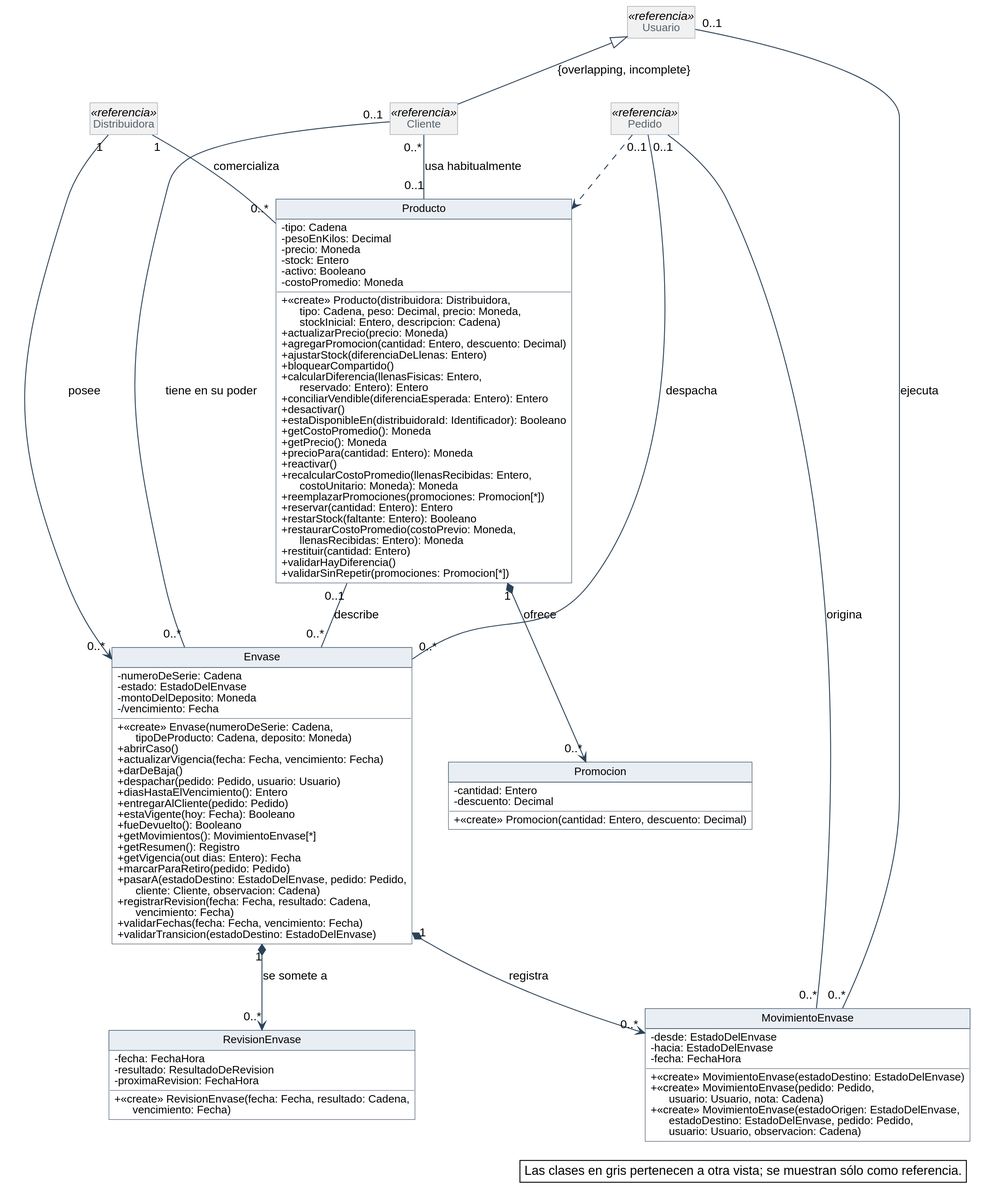
Above: diagramas/clases-diseno/DC_Productos-y-envases.svg in Nahuelito-Dev/splg-docs (PlantUML), before the change.
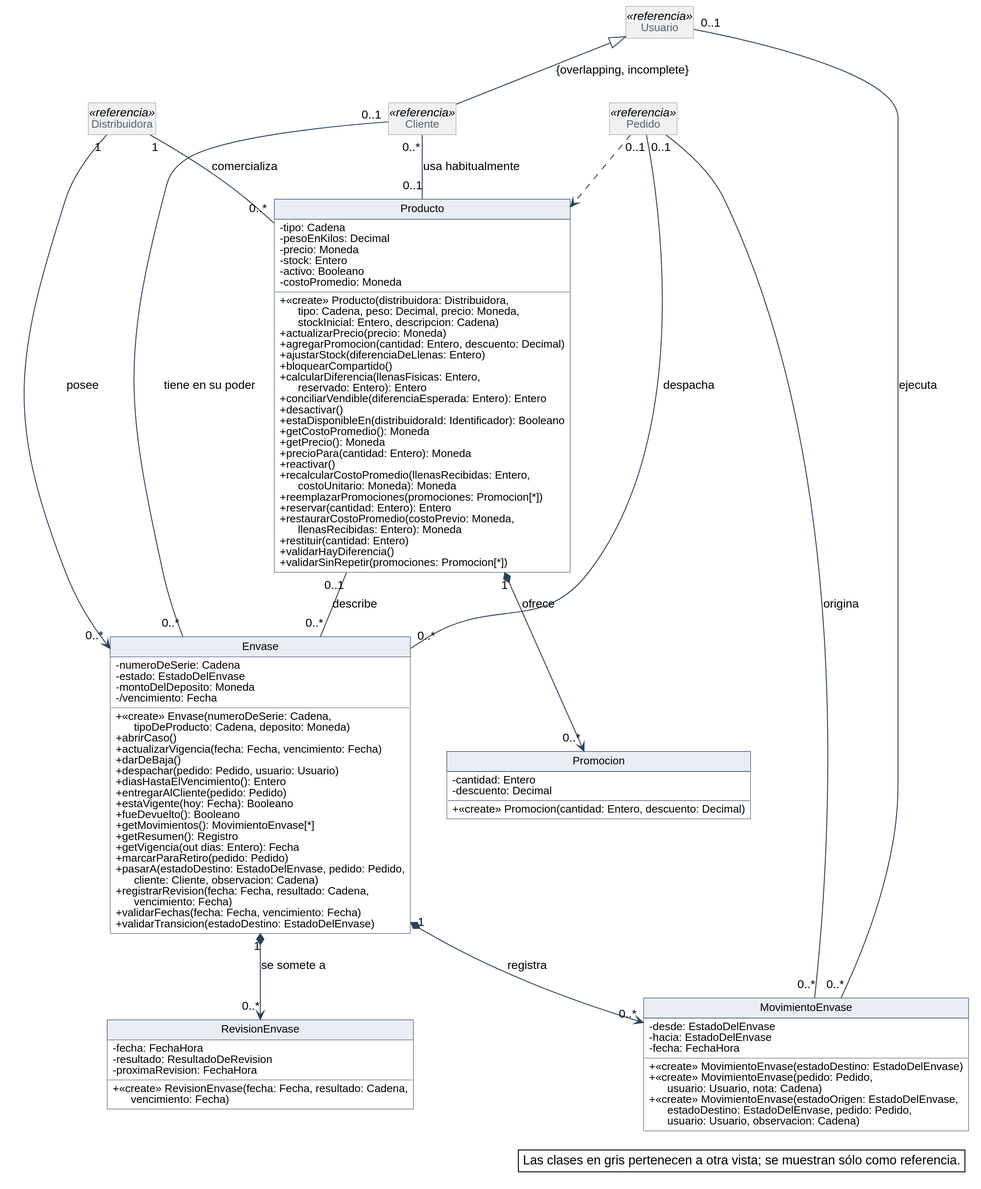
After the commit.

Change to the diagram source:
```diff
@@ -80,7 +80,6 @@
   + recalcularCostoPromedio(llenasRecibidas: Entero,\n      costoUnitario: Moneda): Moneda
   + reemplazarPromociones(promociones: Promocion[*])
   + reservar(cantidad: Entero): Entero
-  + restarStock(faltante: Entero): Booleano
   + restaurarCostoPromedio(costoPrevio: Moneda,\n      llenasRecibidas: Entero): Moneda
   + restituir(cantidad: Entero)
   + validarHayDiferencia()
```
